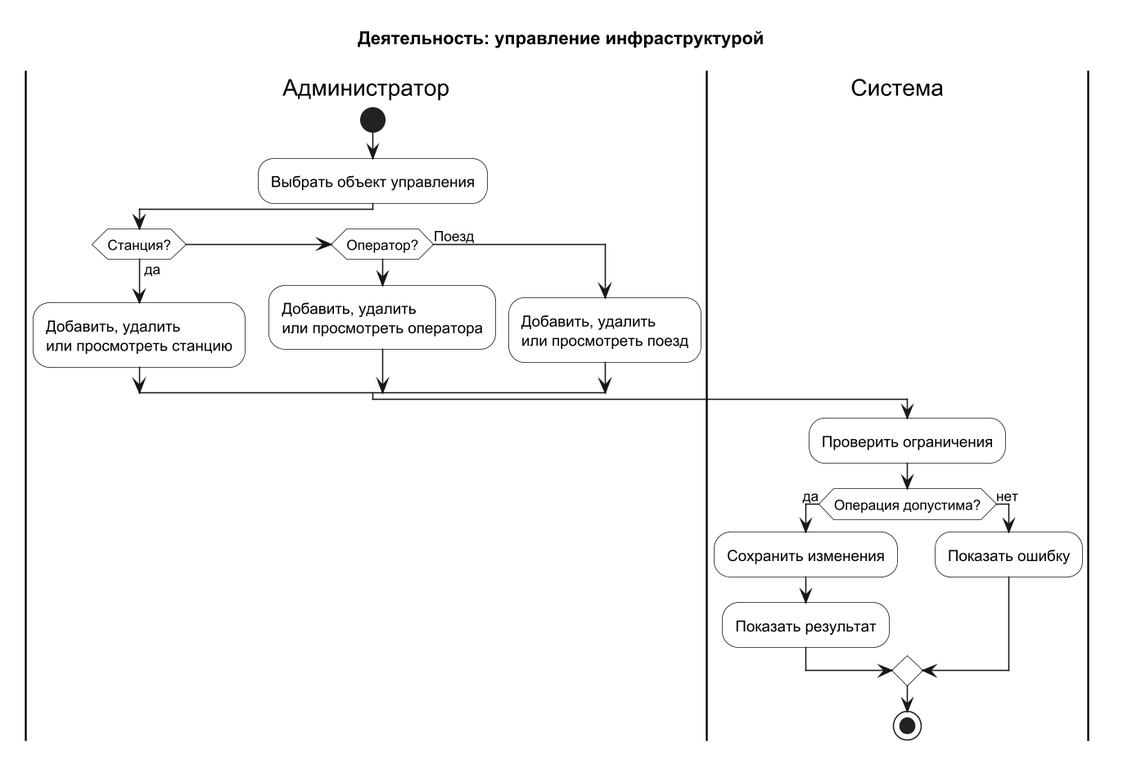
This is uml/activity-diagram/Управление_инфраструктурой.png from Gu4rDe/railway, a PlantUML export, as it was before one commit. The source it was exported from:
```plantuml
@startuml
!pragma layout smetana
title Деятельность: управление инфраструктурой
skinparam shadowing false
skinparam dpi 150
skinparam ActivityBackgroundColor #FFFFFF

|Администратор|
start
:Выбрать объект управления;
if (Станция?) then (да)
  :Добавить, удалить\nили просмотреть станцию;
elseif (Оператор?)
  :Добавить, удалить\nили просмотреть оператора;
else (Поезд)
  :Добавить, удалить\nили просмотреть поезд;
endif
|Система|
:Проверить ограничения;
if (Операция допустима?) then (да)
  :Сохранить изменения;
  :Показать результат;
else (нет)
  :Показать ошибку;
endif
stop
@enduml
```
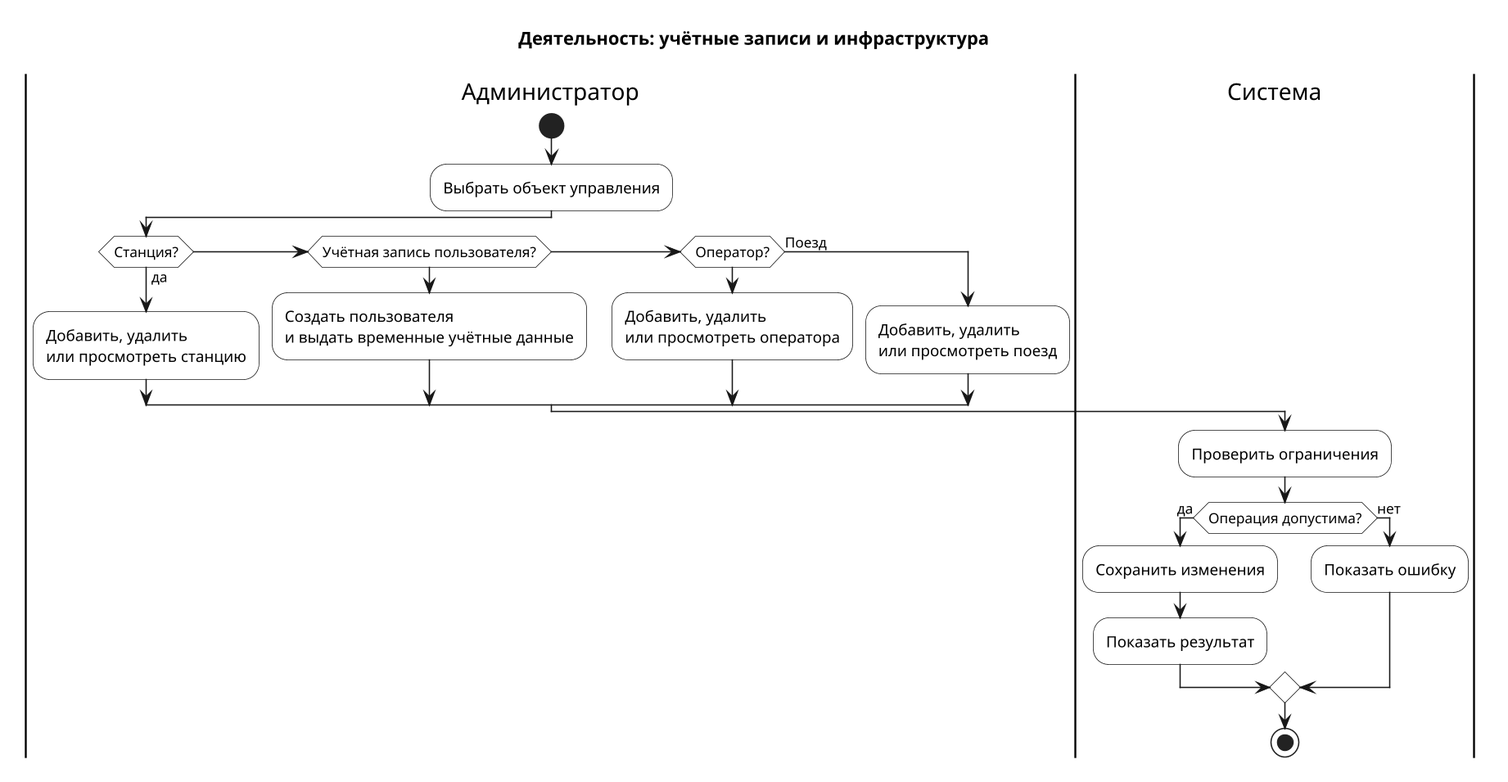
After the commit.

What changed in the source:
```diff
@@ -1,6 +1,6 @@
 @startuml
 !pragma layout smetana
-title Деятельность: управление инфраструктурой
+title Деятельность: учётные записи и инфраструктура
 skinparam shadowing false
 skinparam dpi 150
 skinparam ActivityBackgroundColor #FFFFFF
@@ -10,6 +10,8 @@
 :Выбрать объект управления;
 if (Станция?) then (да)
   :Добавить, удалить\nили просмотреть станцию;
+elseif (Учётная запись пользователя?)
+  :Создать пользователя\nи выдать временные учётные данные;
 elseif (Оператор?)
   :Добавить, удалить\nили просмотреть оператора;
 else (Поезд)
```
